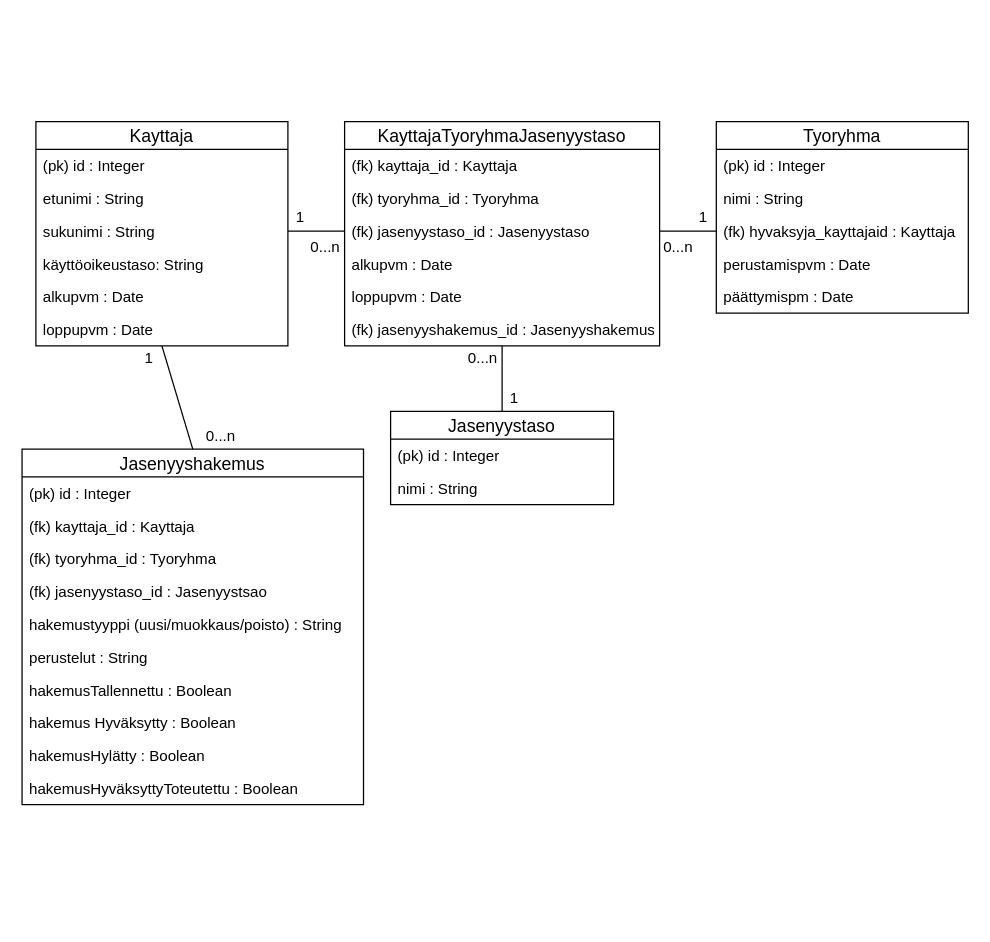
Before: Tietokantakaavio.drawio in jmlii/TrjApp, a draw.io diagram. Source tidied: cells renumbered, new cells numbered last; positions are measured from the earlier drawing's top-left corner, leaving out a move shared by most shapes. Both pictures are drawn from the tidied source at 126%, with x=0, y=0 at pixel (21, 121).
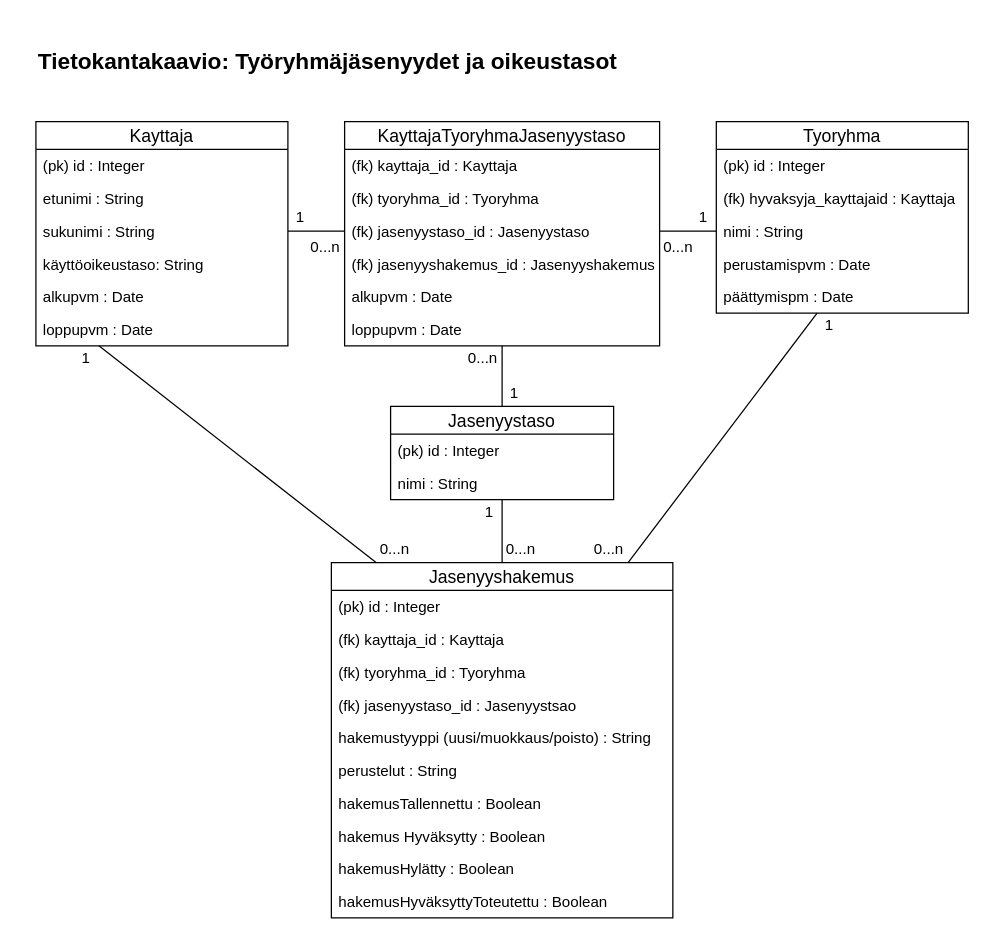
Above is the later version.

Commit message (it also covers changes not shown here):
Commit 3: Tietokantakaavion piirrosmuodon päivitetty versio ja pdf-muodon lisääminen

Unchanged cells that the change refers to:
```xml
<mxCell id="9" value="Tyoryhma" style="swimlane;fontStyle=0;horizontal=1;startSize=22;fillColor=none;swimlaneFillColor=#ffffff;align=center;fontSize=14;" parent="1" vertex="1">
  <mxGeometry x="551" width="200" height="152" as="geometry" />
</mxCell>
<mxCell id="29" value="KayttajaTyoryhmaJasenyystaso" style="swimlane;fontStyle=0;horizontal=1;startSize=22;fillColor=none;swimlaneFillColor=#ffffff;align=center;fontSize=14;" parent="1" vertex="1">
  <mxGeometry x="256" width="250" height="178" as="geometry" />
</mxCell>
<mxCell id="32" value="(fk) jasenyystaso_id : Jasenyystaso" style="text;strokeColor=none;fillColor=none;spacingLeft=4;spacingRight=4;overflow=hidden;points=[[0,0.5],[1,0.5]];portConstraint=eastwest;fontSize=12;" parent="29" vertex="1">
  <mxGeometry y="74" width="250" height="26" as="geometry" />
</mxCell>
<mxCell id="43" value="0...n" style="text;html=1;strokeColor=none;fillColor=none;align=center;verticalAlign=middle;whiteSpace=wrap;rounded=0;" parent="1" vertex="1">
  <mxGeometry x="351" y="178" width="30" height="20" as="geometry" />
</mxCell>
```

The edit, as a diff of the source:
```diff
@@
+    <mxCell id="12" value="(fk) hyvaksyja_kayttajaid : Kayttaja" style="text;strokeColor=none;fillColor=none;spacingLeft=4;spacingRight=4;overflow=hidden;points=[[0,0.5],[1,0.5]];portConstraint=eastwest;fontSize=12;" parent="9" vertex="1">
+      <mxGeometry y="48" width="200" height="26" as="geometry" />
+    </mxCell>
     <mxCell id="11" value="nimi : String" style="text;strokeColor=none;fillColor=none;spacingLeft=4;spacingRight=4;overflow=hidden;fontSize=12;" parent="9" vertex="1">
-      <mxGeometry y="48" width="200" height="26" as="geometry" />
+      <mxGeometry y="74" width="200" height="26" as="geometry" />
     </mxCell>
-    <mxCell id="12" value="(fk) hyvaksyja_kayttajaid : Kayttaja" style="text;strokeColor=none;fillColor=none;spacingLeft=4;spacingRight=4;overflow=hidden;points=[[0,0.5],[1,0.5]];portConstraint=eastwest;fontSize=12;" parent="9" vertex="1">
-      <mxGeometry y="74" width="200" height="26" as="geometry" />
-    </mxCell>
@@
     <mxCell id="15" value="Jasenyyshakemus" style="swimlane;fontStyle=0;horizontal=1;startSize=22;fillColor=none;swimlaneFillColor=#ffffff;align=center;fontSize=14;" parent="1" vertex="1">
-      <mxGeometry y="260" width="271" height="282" as="geometry" />
+      <mxGeometry x="245.5" y="350" width="271" height="282" as="geometry" />
     </mxCell>
@@
     <mxCell id="26" value="Jasenyystaso" style="swimlane;fontStyle=0;horizontal=1;startSize=22;fillColor=none;swimlaneFillColor=#ffffff;align=center;fontSize=14;" parent="1" vertex="1">
-      <mxGeometry x="292.5" y="230" width="177" height="74" as="geometry" />
+      <mxGeometry x="292.5" y="226" width="177" height="74" as="geometry" />
     </mxCell>
@@
+    <mxCell id="35" value="(fk) jasenyyshakemus_id : Jasenyyshakemus" style="text;strokeColor=none;fillColor=none;spacingLeft=4;spacingRight=4;overflow=hidden;points=[[0,0.5],[1,0.5]];portConstraint=eastwest;fontSize=12;" parent="29" vertex="1">
+      <mxGeometry y="100" width="250" height="26" as="geometry" />
+    </mxCell>
     <mxCell id="33" value="alkupvm : Date" style="text;strokeColor=none;fillColor=none;spacingLeft=4;spacingRight=4;overflow=hidden;fontSize=12;" parent="29" vertex="1">
-      <mxGeometry y="100" width="250" height="26" as="geometry" />
+      <mxGeometry y="126" width="250" height="26" as="geometry" />
     </mxCell>
     <mxCell id="34" value="loppupvm : Date" style="text;strokeColor=none;fillColor=none;spacingLeft=4;spacingRight=4;overflow=hidden;fontSize=12;" parent="29" vertex="1">
-      <mxGeometry y="126" width="250" height="26" as="geometry" />
+      <mxGeometry y="152" width="250" height="26" as="geometry" />
     </mxCell>
-    <mxCell id="35" value="(fk) jasenyyshakemus_id : Jasenyyshakemus" style="text;strokeColor=none;fillColor=none;spacingLeft=4;spacingRight=4;overflow=hidden;points=[[0,0.5],[1,0.5]];portConstraint=eastwest;fontSize=12;" parent="29" vertex="1">
-      <mxGeometry y="152" width="250" height="26" as="geometry" />
-    </mxCell>
     <mxCell id="36" value="0...n" style="text;html=1;strokeColor=none;fillColor=none;align=center;verticalAlign=middle;whiteSpace=wrap;rounded=0;" parent="1" vertex="1">
-      <mxGeometry x="143" y="240" width="30" height="20" as="geometry" />
+      <mxGeometry x="281" y="330" width="30" height="20" as="geometry" />
     </mxCell>
@@
     <mxCell id="39" value="1" style="text;html=1;strokeColor=none;fillColor=none;align=center;verticalAlign=middle;whiteSpace=wrap;rounded=0;" parent="1" vertex="1">
-      <mxGeometry x="381" y="210" width="20" height="20" as="geometry" />
+      <mxGeometry x="381" y="206" width="20" height="20" as="geometry" />
     </mxCell>
@@
     <mxCell id="41" value="1" style="text;html=1;strokeColor=none;fillColor=none;align=center;verticalAlign=middle;whiteSpace=wrap;rounded=0;" parent="1" vertex="1">
-      <mxGeometry x="91" y="178" width="20" height="20" as="geometry" />
+      <mxGeometry x="41" y="178" width="20" height="20" as="geometry" />
     </mxCell>
@@
-    <mxCell id="44" style="endArrow=none;html=1;exitX=1;exitY=0.5;exitDx=0;exitDy=0;entryX=0;entryY=0.5;entryDx=0;entryDy=0;" parent="1" edge="1" source="32" target="12">
-      <mxGeometry relative="1" as="geometry" />
-    </mxCell>
-    <mxCell id="45" style="endArrow=none;html=1;exitX=1;exitY=0;exitDx=0;exitDy=0;entryX=0.5;entryY=0;entryDx=0;entryDy=0;" parent="1" edge="1" source="41" target="15">
+    <mxCell id="45" style="endArrow=none;html=1;exitX=1;exitY=0;exitDx=0;exitDy=0;entryX=0;entryY=1;entryDx=0;entryDy=0;" parent="1" edge="1" source="41" target="36">
       <mxGeometry relative="1" as="geometry" />
     </mxCell>
-    <mxCell id="46" style="endArrow=none;html=1;entryX=0.5;entryY=0;entryDx=0;entryDy=0;" parent="1" edge="1" source="35" target="26">
+    <mxCell id="46" style="endArrow=none;html=1;exitX=1;exitY=0;exitDx=0;exitDy=0;entryX=0;entryY=1;entryDx=0;entryDy=0;" parent="1" edge="1" source="43" target="39">
       <mxGeometry relative="1" as="geometry" />
     </mxCell>
@@
+    <mxCell id="48" style="endArrow=none;html=1;exitX=1;exitY=0.5;exitDx=0;exitDy=0;entryX=0;entryY=0.5;entryDx=0;entryDy=0;" parent="1" edge="1">
+      <mxGeometry relative="1" as="geometry">
+        <mxPoint x="506" y="87" as="sourcePoint" />
+        <mxPoint x="551" y="87" as="targetPoint" />
+      </mxGeometry>
+    </mxCell>
+    <mxCell id="49" style="endArrow=none;html=1;entryX=0;entryY=1;entryDx=0;entryDy=0;exitX=1;exitY=0;exitDx=0;exitDy=0;" parent="1" edge="1" source="53" target="52">
+      <mxGeometry relative="1" as="geometry" />
+    </mxCell>
+    <mxCell id="50" style="endArrow=none;html=1;entryX=0;entryY=0;entryDx=0;entryDy=0;exitX=1;exitY=1;exitDx=0;exitDy=0;" parent="1" edge="1" source="51" target="54">
+      <mxGeometry relative="1" as="geometry" />
+    </mxCell>
+    <mxCell id="51" value="0...n" style="text;html=1;strokeColor=none;fillColor=none;align=center;verticalAlign=middle;whiteSpace=wrap;rounded=0;" parent="1" vertex="1">
+      <mxGeometry x="451" y="330" width="30" height="20" as="geometry" />
+    </mxCell>
+    <mxCell id="52" value="0...n" style="text;html=1;strokeColor=none;fillColor=none;align=center;verticalAlign=middle;whiteSpace=wrap;rounded=0;" parent="1" vertex="1">
+      <mxGeometry x="381" y="330" width="30" height="20" as="geometry" />
+    </mxCell>
+    <mxCell id="53" value="1" style="text;html=1;strokeColor=none;fillColor=none;align=center;verticalAlign=middle;whiteSpace=wrap;rounded=0;" parent="1" vertex="1">
+      <mxGeometry x="361" y="300" width="20" height="20" as="geometry" />
+    </mxCell>
+    <mxCell id="54" value="1" style="text;html=1;strokeColor=none;fillColor=none;align=center;verticalAlign=middle;whiteSpace=wrap;rounded=0;" parent="1" vertex="1">
+      <mxGeometry x="631" y="152" width="20" height="20" as="geometry" />
+    </mxCell>
+    <mxCell id="55" value="&lt;h2&gt;Tietokantakaavio: Työryhmäjäsenyydet ja oikeustasot&lt;/h2&gt;" style="text;html=1;" parent="1" vertex="1">
+      <mxGeometry x="11" y="-79" width="490" height="50" as="geometry" />
+    </mxCell>
```
